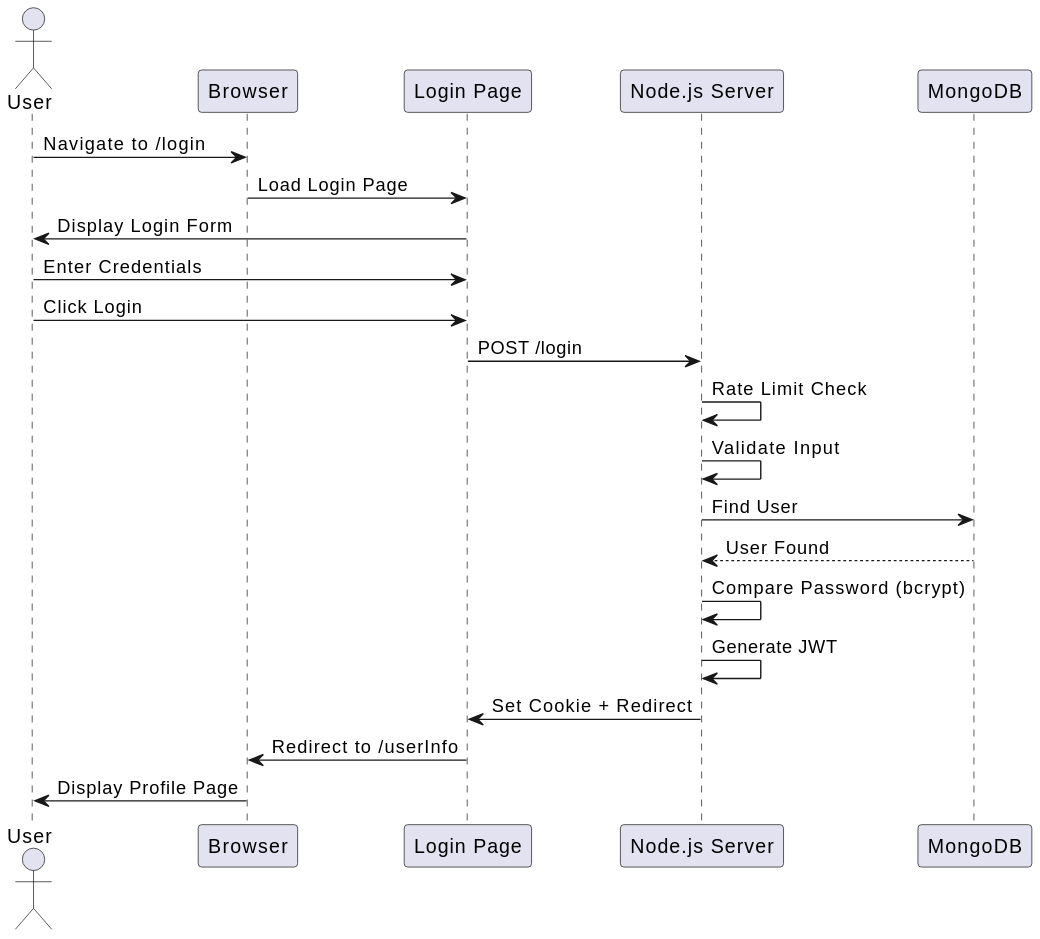
This is diagrams/diagram/sequence_login.svg from 86wyc/erb-project, a PlantUML export, as it was before one commit.
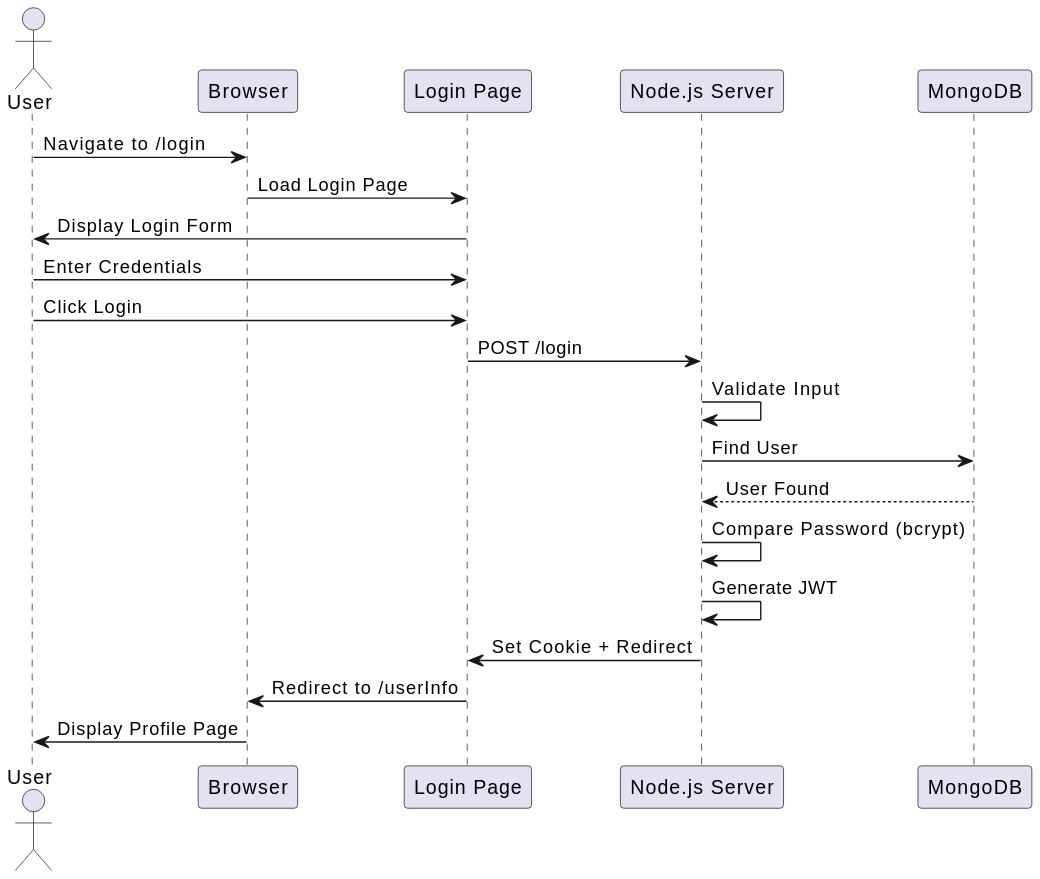
The same file after the commit.

The edit, as a diff of the source:
```diff
@@ -11,7 +11,6 @@
 User -> L : Enter Credentials
 User -> L : Click Login
 L -> S : POST /login
-S -> S : Rate Limit Check
 S -> S : Validate Input
 S -> DB : Find User
 DB --> S : User Found
```
